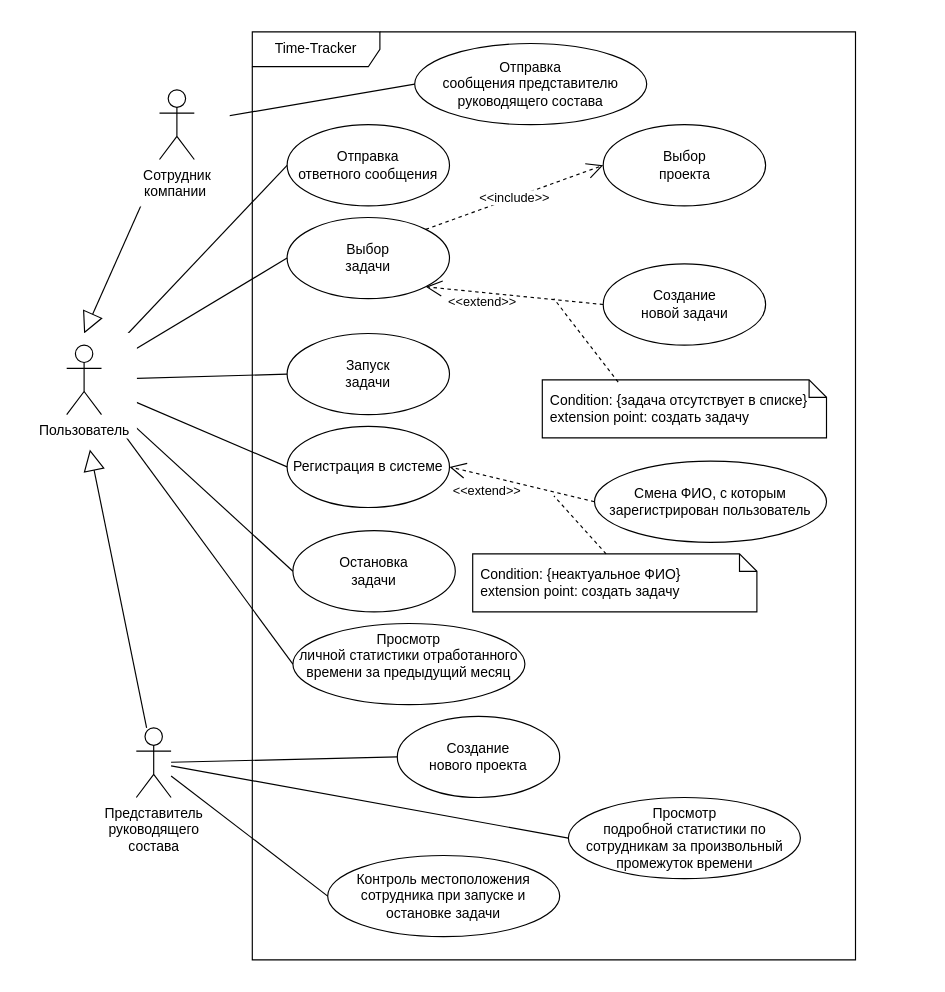
Above: page "UseCase" (2 of 2) of Lab Work №1/src/Лабораторная №1.drawio in EkatherinaS/Software-Architecture (draw.io), before the change. Source tidied: cells renumbered, new cells numbered last; positions are measured from the earlier drawing's top-left corner, leaving out a move shared by most shapes. Both pictures are drawn from the tidied source at 116%, with x=0, y=0 at pixel (20, 20).
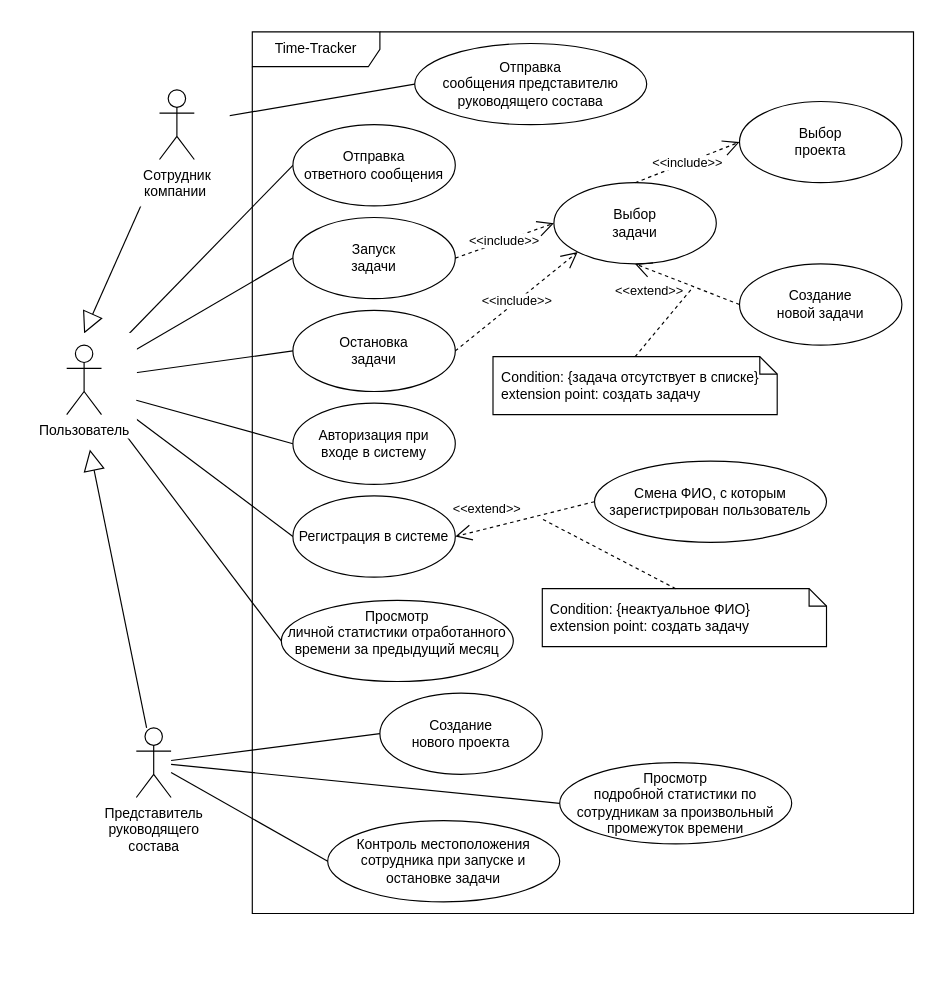
After the change.

Unchanged cells that the change refers to:
```xml
<mxCell id="32" value="Смена ФИО, с которым зарегистрирован пользователь" style="ellipse;whiteSpace=wrap;html=1;" parent="1" vertex="1">
  <mxGeometry x="495" y="380" width="200" height="70" as="geometry" />
</mxCell>
<mxCell id="37" style="rounded=0;whiteSpace=wrap;html=1;strokeColor=#FFFFFF;" parent="1" vertex="1">
  <mxGeometry x="10" y="270" width="90" height="90" as="geometry" />
</mxCell>
<mxCell id="38" value="Пользователь" style="shape=umlActor;verticalLabelPosition=bottom;verticalAlign=top;html=1;outlineConnect=0;" parent="1" vertex="1">
  <mxGeometry x="40" y="280" width="30" height="60" as="geometry" />
</mxCell>
```

The edit, as a diff of the source:
```diff
@@
     <mxCell id="2" style="rounded=0;whiteSpace=wrap;html=1;strokeColor=#FFFFFF;" parent="1" vertex="1">
-      <mxGeometry width="730" height="820" as="geometry" />
+      <mxGeometry width="780" height="780" as="geometry" />
     </mxCell>
@@
     <mxCell id="4" value="Time-Tracker" style="shape=umlFrame;whiteSpace=wrap;html=1;width=110;height=30;" parent="1" vertex="1">
-      <mxGeometry x="200" y="10" width="520" height="800" as="geometry" />
+      <mxGeometry x="200" y="10" width="570" height="760" as="geometry" />
     </mxCell>
     <mxCell id="5" value="Выбор&lt;br style=&quot;border-color: var(--border-color); text-indent: -24px;&quot;&gt;&lt;span style=&quot;text-indent: -24px;&quot;&gt;проекта&lt;/span&gt;" style="ellipse;whiteSpace=wrap;html=1;" parent="1" vertex="1">
-      <mxGeometry x="502.5" y="90" width="140" height="70" as="geometry" />
+      <mxGeometry x="620" y="70" width="140" height="70" as="geometry" />
     </mxCell>
     <mxCell id="6" value="Создание&lt;br style=&quot;border-color: var(--border-color); text-indent: -24px;&quot;&gt;&lt;span style=&quot;text-indent: -24px;&quot;&gt;нового проекта&lt;/span&gt;" style="ellipse;whiteSpace=wrap;html=1;" parent="1" vertex="1">
-      <mxGeometry x="325" y="600" width="140" height="70" as="geometry" />
+      <mxGeometry x="310" y="580" width="140" height="70" as="geometry" />
     </mxCell>
     <mxCell id="7" value="Выбор&lt;br style=&quot;border-color: var(--border-color); text-indent: -24px;&quot;&gt;&lt;span style=&quot;text-indent: -24px;&quot;&gt;задачи&lt;/span&gt;" style="ellipse;whiteSpace=wrap;html=1;" parent="1" vertex="1">
-      <mxGeometry x="230" y="170" width="140" height="70" as="geometry" />
+      <mxGeometry x="460" y="140" width="140" height="70" as="geometry" />
     </mxCell>
     <mxCell id="8" value="Создание&lt;br style=&quot;border-color: var(--border-color); text-indent: -24px;&quot;&gt;&lt;span style=&quot;text-indent: -24px;&quot;&gt;новой задачи&lt;/span&gt;" style="ellipse;whiteSpace=wrap;html=1;" parent="1" vertex="1">
-      <mxGeometry x="502.5" y="210" width="140" height="70" as="geometry" />
+      <mxGeometry x="620" y="210" width="140" height="70" as="geometry" />
     </mxCell>
     <mxCell id="9" value="Запуск&lt;br style=&quot;border-color: var(--border-color); text-indent: -24px;&quot;&gt;&lt;span style=&quot;text-indent: -24px;&quot;&gt;задачи&lt;/span&gt;" style="ellipse;whiteSpace=wrap;html=1;" parent="1" vertex="1">
-      <mxGeometry x="230" y="270" width="140" height="70" as="geometry" />
+      <mxGeometry x="235" y="170" width="140" height="70" as="geometry" />
     </mxCell>
     <mxCell id="10" value="Остановка&lt;br style=&quot;border-color: var(--border-color); text-indent: -24px;&quot;&gt;&lt;span style=&quot;text-indent: -24px;&quot;&gt;задачи&lt;/span&gt;" style="ellipse;whiteSpace=wrap;html=1;" parent="1" vertex="1">
-      <mxGeometry x="235" y="440" width="140" height="70" as="geometry" />
+      <mxGeometry x="235" y="250" width="140" height="70" as="geometry" />
     </mxCell>
@@
     <mxCell id="12" value="Отправка&lt;br style=&quot;border-color: var(--border-color); text-indent: -24px;&quot;&gt;&lt;span style=&quot;text-indent: -24px;&quot;&gt;ответного сообщения&lt;/span&gt;" style="ellipse;whiteSpace=wrap;html=1;" parent="1" vertex="1">
-      <mxGeometry x="230" y="90" width="140" height="70" as="geometry" />
+      <mxGeometry x="235" y="90" width="140" height="70" as="geometry" />
     </mxCell>
     <mxCell id="13" value="Просмотр&lt;br style=&quot;border-color: var(--border-color); text-indent: -24px;&quot;&gt;&lt;span style=&quot;text-indent: -24px;&quot;&gt;личной статистики отработанного времени за предыдущий месяц&lt;br&gt;&lt;br&gt;&lt;/span&gt;" style="ellipse;whiteSpace=wrap;html=1;" parent="1" vertex="1">
-      <mxGeometry x="235" y="520" width="200" height="70" as="geometry" />
+      <mxGeometry x="225" y="500" width="200" height="70" as="geometry" />
     </mxCell>
     <mxCell id="14" value="Просмотр&lt;br style=&quot;border-color: var(--border-color);&quot;&gt;подробной статистики по сотрудникам за произвольный промежуток времени" style="ellipse;whiteSpace=wrap;html=1;" parent="1" vertex="1">
-      <mxGeometry x="472.5" y="670" width="200" height="70" as="geometry" />
+      <mxGeometry x="465" y="640" width="200" height="70" as="geometry" />
     </mxCell>
@@
-    <mxCell id="20" style="endArrow=none;html=1;rounded=0;entryX=0;entryY=0.5;entryDx=0;entryDy=0;" parent="1" edge="1" source="38" target="7">
-      <mxGeometry relative="1" as="geometry" />
-    </mxCell>
@@
-    <mxCell id="24" value="&amp;lt;&amp;lt;include&amp;gt;&amp;gt;" style="endArrow=open;endSize=12;dashed=1;html=1;rounded=0;exitX=1;exitY=0;exitDx=0;exitDy=0;entryX=0;entryY=0.5;entryDx=0;entryDy=0;" parent="1" edge="1" source="7" target="5">
+    <mxCell id="24" value="&amp;lt;&amp;lt;include&amp;gt;&amp;gt;" style="endArrow=open;endSize=12;dashed=1;html=1;rounded=0;exitX=0.5;exitY=0;exitDx=0;exitDy=0;entryX=0;entryY=0.5;entryDx=0;entryDy=0;" parent="1" edge="1" source="7" target="5">
       <mxGeometry relative="1" as="geometry" />
     </mxCell>
     <mxCell id="25" value="Контроль местоположения сотрудника при запуске и&lt;br/&gt;остановке задачи" style="ellipse;whiteSpace=wrap;html=1;" parent="1" vertex="1">
-      <mxGeometry x="265" y="720" width="200" height="70" as="geometry" />
+      <mxGeometry x="265" y="690" width="200" height="70" as="geometry" />
     </mxCell>
@@
     <mxCell id="28" value="Condition: {задача отсутствует в списке}&#10;extension point: создать задачу" style="shape=note;size=15;spacingLeft=5;align=left;whiteSpace=wrap;" parent="1" vertex="1">
-      <mxGeometry x="450" y="310" width="245" height="50" as="geometry" />
+      <mxGeometry x="407.5" y="290" width="245" height="50" as="geometry" />
     </mxCell>
-    <mxCell id="29" value="&amp;lt;&amp;lt;extend&amp;gt;&amp;gt;" style="align=right;html=1;verticalAlign=bottom;rounded=0;labelBackgroundColor=none;endArrow=open;endSize=12;dashed=1;entryX=1;entryY=1;entryDx=0;entryDy=0;exitX=0;exitY=0.5;exitDx=0;exitDy=0;" parent="1" edge="1" source="8" target="7">
+    <mxCell id="29" value="&amp;lt;&amp;lt;extend&amp;gt;&amp;gt;" style="align=right;html=1;verticalAlign=bottom;rounded=0;labelBackgroundColor=none;endArrow=open;endSize=12;dashed=1;entryX=0.5;entryY=1;entryDx=0;entryDy=0;exitX=0;exitY=0.5;exitDx=0;exitDy=0;" parent="1" edge="1" source="8" target="7">
       <mxGeometry x="-0.06" y="14" relative="1" as="geometry" />
     </mxCell>
-    <mxCell id="30" style="edgeStyle=none;html=1;endArrow=none;rounded=0;labelBackgroundColor=none;dashed=1;exitX=0.267;exitY=0.04;exitDx=0;exitDy=0;exitPerimeter=0;" parent="1" edge="1" source="28">
+    <mxCell id="30" style="edgeStyle=none;html=1;endArrow=none;rounded=0;labelBackgroundColor=none;dashed=1;exitX=0.5;exitY=0;exitDx=0;exitDy=0;exitPerimeter=0;" parent="1" edge="1" source="28">
       <mxGeometry relative="1" as="geometry">
-        <mxPoint x="460" y="240" as="targetPoint" />
+        <mxPoint x="580" y="230" as="targetPoint" />
       </mxGeometry>
     </mxCell>
     <mxCell id="31" value="Регистрация в системе" style="ellipse;whiteSpace=wrap;html=1;" parent="1" vertex="1">
-      <mxGeometry x="230" y="350" width="140" height="70" as="geometry" />
+      <mxGeometry x="235" y="410" width="140" height="70" as="geometry" />
     </mxCell>
@@
     <mxCell id="34" value="Condition: {неактуальное ФИО}&#10;extension point: создать задачу" style="shape=note;size=15;spacingLeft=5;align=left;whiteSpace=wrap;" parent="1" vertex="1">
-      <mxGeometry x="390" y="460" width="245" height="50" as="geometry" />
+      <mxGeometry x="450" y="490" width="245" height="50" as="geometry" />
     </mxCell>
     <mxCell id="35" value="&amp;lt;&amp;lt;extend&amp;gt;&amp;gt;" style="align=right;html=1;verticalAlign=bottom;rounded=0;labelBackgroundColor=none;endArrow=open;endSize=12;dashed=1;entryX=1;entryY=0.5;entryDx=0;entryDy=0;exitX=0;exitY=0.5;exitDx=0;exitDy=0;" parent="1" edge="1" source="32" target="31">
-      <mxGeometry x="-0.07" y="14" relative="1" as="geometry" />
+      <mxGeometry x="0.04" y="-1" relative="1" as="geometry" />
     </mxCell>
     <mxCell id="36" style="edgeStyle=none;html=1;endArrow=none;rounded=0;labelBackgroundColor=none;dashed=1;exitX=0;exitY=0;exitDx=115;exitDy=0;exitPerimeter=0;" parent="1" edge="1" source="34">
       <mxGeometry relative="1" as="geometry">
-        <mxPoint x="460" y="410" as="targetPoint" />
+        <mxPoint x="450" y="430" as="targetPoint" />
       </mxGeometry>
     </mxCell>
@@
+    <mxCell id="41" value="&amp;lt;&amp;lt;include&amp;gt;&amp;gt;" style="endArrow=open;endSize=12;dashed=1;html=1;rounded=0;exitX=1;exitY=0.5;exitDx=0;exitDy=0;entryX=0;entryY=0.5;entryDx=0;entryDy=0;" parent="1" edge="1" source="9" target="7">
+      <mxGeometry relative="1" as="geometry" />
+    </mxCell>
+    <mxCell id="42" value="&amp;lt;&amp;lt;include&amp;gt;&amp;gt;" style="endArrow=open;endSize=12;dashed=1;html=1;rounded=0;exitX=1;exitY=0.5;exitDx=0;exitDy=0;entryX=0;entryY=1;entryDx=0;entryDy=0;" parent="1" edge="1" source="10" target="7">
+      <mxGeometry relative="1" as="geometry" />
+    </mxCell>
+    <mxCell id="43" value="Авторизация при &lt;br&gt;входе в систему" style="ellipse;whiteSpace=wrap;html=1;" parent="1" vertex="1">
+      <mxGeometry x="235" y="330" width="140" height="70" as="geometry" />
+    </mxCell>
+    <mxCell id="44" style="endArrow=none;html=1;rounded=0;entryX=0;entryY=0.5;entryDx=0;entryDy=0;" parent="1" edge="1" source="37" target="43">
+      <mxGeometry relative="1" as="geometry" />
+    </mxCell>
```
